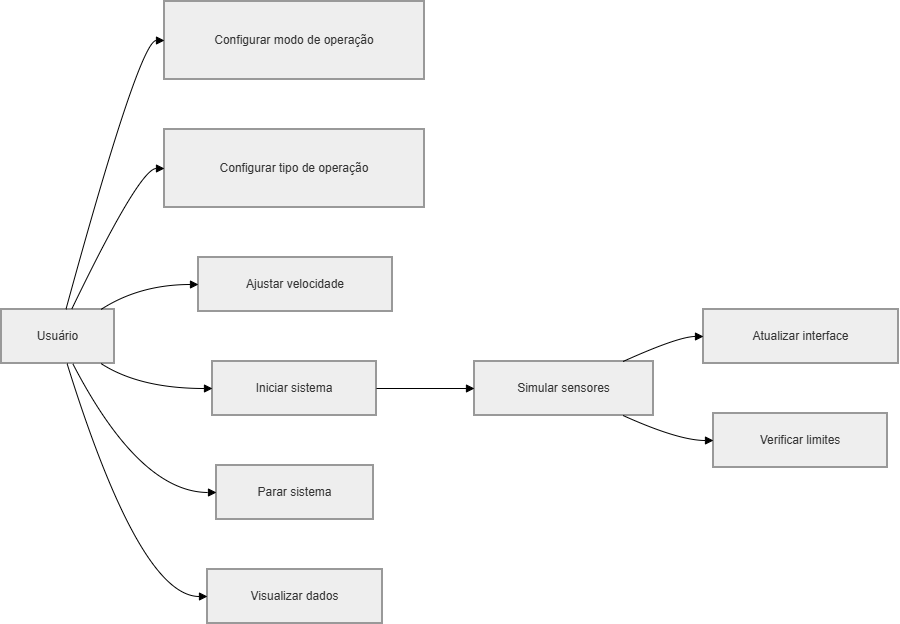
Above: docs/UML/Diagrama_Casos_Uso_R00.png in lorenzonia/project_POO_Lorenzoni (draw.io), before the change. Source tidied: cells renumbered, new cells last; positions are measured from the earlier drawing's top-left corner, leaving out a move shared by most shapes.
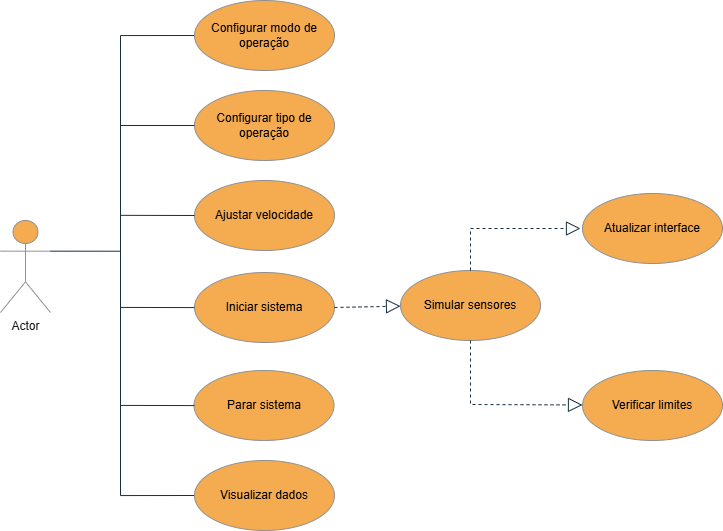
After the commit.

Diff of the diagram source:
```diff
@@ -1,95 +1,95 @@
-<mxGraphModel>
+<mxGraphModel background="#FFFFFF">
   <root>
     <mxCell id="0" />
     <mxCell id="1" parent="0" />
-    <mxCell id="2" value="Usuário" style="whiteSpace=wrap;strokeWidth=2;fillColor=light-dark(#eeeeee,#1f2020);strokeColor=light-dark(#999999,#cccccc);fontColor=light-dark(#333333,#cccccc);" parent="1" vertex="1">
-      <mxGeometry y="308" width="113" height="54" as="geometry" />
-    </mxCell>
+    <mxCell id="21" style="edgeStyle=orthogonalEdgeStyle;rounded=0;jettySize=auto;html=1;exitX=1;exitY=0.3333333333333333;exitDx=0;exitDy=0;exitPerimeter=0;entryX=0;entryY=0.5;entryDx=0;entryDy=0;strokeColor=#182E3E;fontColor=#1A1A1A;endArrow=none;endFill=0;" parent="1" edge="1" source="22" target="3">
+      <mxGeometry relative="1" as="geometry">
+        <Array as="points">
+          <mxPoint x="150" y="271" />
+          <mxPoint x="150" y="55" />
+        </Array>
+      </mxGeometry>
+    </mxCell>
+    <mxCell id="22" value="Actor" style="shape=umlActor;verticalLabelPosition=bottom;verticalAlign=top;html=1;strokeColor=#909090;fontColor=#1A1A1A;fillColor=#F5AB50;" parent="1" vertex="1">
+      <mxGeometry x="30" y="240" width="50" height="92" as="geometry" />
+    </mxCell>
-    <mxCell id="3" value="Configurar modo de operação" style="whiteSpace=wrap;strokeWidth=2;fillColor=light-dark(#eeeeee,#1f2020);strokeColor=light-dark(#999999,#cccccc);fontColor=light-dark(#333333,#cccccc);" parent="1" vertex="1">
-      <mxGeometry x="163" width="260" height="78" as="geometry" />
+    <mxCell id="3" value="&lt;span style=&quot;&quot;&gt;Configurar modo de operação&lt;/span&gt;" style="ellipse;whiteSpace=wrap;html=1;strokeColor=#909090;fontColor=#000000;fillColor=#F5AB50;" parent="1" vertex="1">
+      <mxGeometry x="224" y="20" width="140" height="70" as="geometry" />
     </mxCell>
-    <mxCell id="4" value="Configurar tipo de operação" style="whiteSpace=wrap;strokeWidth=2;fillColor=light-dark(#eeeeee,#1f2020);strokeColor=light-dark(#999999,#cccccc);fontColor=light-dark(#333333,#cccccc);" parent="1" vertex="1">
-      <mxGeometry x="163" y="128" width="260" height="78" as="geometry" />
+    <mxCell id="4" value="&lt;span style=&quot;&quot;&gt;Configurar tipo de operação&lt;/span&gt;" style="ellipse;whiteSpace=wrap;html=1;strokeColor=#909090;fontColor=#000000;fillColor=#F5AB50;" parent="1" vertex="1">
+      <mxGeometry x="224" y="110" width="140" height="70" as="geometry" />
     </mxCell>
-    <mxCell id="5" value="Ajustar velocidade" style="whiteSpace=wrap;strokeWidth=2;fillColor=light-dark(#eeeeee,#1f2020);strokeColor=light-dark(#999999,#cccccc);fontColor=light-dark(#333333,#cccccc);" parent="1" vertex="1">
-      <mxGeometry x="197" y="256" width="194" height="54" as="geometry" />
+    <mxCell id="5" value="&lt;span style=&quot;&quot;&gt;Ajustar velocidade&lt;/span&gt;" style="ellipse;whiteSpace=wrap;html=1;strokeColor=#909090;fontColor=#000000;fillColor=#F5AB50;" parent="1" vertex="1">
+      <mxGeometry x="224" y="200" width="140" height="70" as="geometry" />
     </mxCell>
+    <mxCell id="23" style="edgeStyle=orthogonalEdgeStyle;rounded=0;orthogonalLoop=1;jettySize=auto;html=1;strokeColor=#182E3E;fontColor=#1A1A1A;entryX=0;entryY=0.5;entryDx=0;entryDy=0;endArrow=none;endFill=0;" parent="1" edge="1">
+      <mxGeometry relative="1" as="geometry">
+        <mxPoint x="150" y="270" as="sourcePoint" />
+        <mxPoint x="223.5" y="515" as="targetPoint" />
+        <Array as="points">
+          <mxPoint x="150.5" y="515" />
+        </Array>
+      </mxGeometry>
+    </mxCell>
-    <mxCell id="6" value="Iniciar sistema" style="whiteSpace=wrap;strokeWidth=2;fillColor=light-dark(#eeeeee,#1f2020);strokeColor=light-dark(#999999,#cccccc);fontColor=light-dark(#333333,#cccccc);" parent="1" vertex="1">
-      <mxGeometry x="211" y="360" width="164" height="54" as="geometry" />
+    <mxCell id="6" value="&lt;span style=&quot;&quot;&gt;Iniciar sistema&lt;/span&gt;" style="ellipse;whiteSpace=wrap;html=1;strokeColor=#909090;fontColor=#000000;fillColor=#F5AB50;" parent="1" vertex="1">
+      <mxGeometry x="224" y="292" width="140" height="70" as="geometry" />
     </mxCell>
-    <mxCell id="7" value="Parar sistema" style="whiteSpace=wrap;strokeWidth=2;fillColor=light-dark(#eeeeee,#1f2020);strokeColor=light-dark(#999999,#cccccc);fontColor=light-dark(#333333,#cccccc);" parent="1" vertex="1">
-      <mxGeometry x="215" y="464" width="157" height="54" as="geometry" />
+    <mxCell id="7" value="&lt;span style=&quot;&quot;&gt;Parar sistema&lt;/span&gt;" style="ellipse;whiteSpace=wrap;html=1;strokeColor=#909090;fontColor=#000000;fillColor=#F5AB50;" parent="1" vertex="1">
+      <mxGeometry x="223.5" y="390" width="140" height="70" as="geometry" />
     </mxCell>
-    <mxCell id="8" value="Visualizar dados" style="whiteSpace=wrap;strokeWidth=2;fillColor=light-dark(#eeeeee,#1f2020);strokeColor=light-dark(#999999,#cccccc);fontColor=light-dark(#333333,#cccccc);" parent="1" vertex="1">
-      <mxGeometry x="206" y="568" width="175" height="54" as="geometry" />
+    <mxCell id="8" value="&lt;span style=&quot;&quot;&gt;Visualizar dados&lt;/span&gt;" style="ellipse;whiteSpace=wrap;html=1;strokeColor=#909090;fontColor=#000000;fillColor=#F5AB50;" parent="1" vertex="1">
+      <mxGeometry x="224" y="480" width="140" height="70" as="geometry" />
     </mxCell>
-    <mxCell id="9" value="Simular sensores" style="whiteSpace=wrap;strokeWidth=2;fillColor=light-dark(#eeeeee,#1f2020);strokeColor=light-dark(#999999,#cccccc);fontColor=light-dark(#333333,#cccccc);" parent="1" vertex="1">
-      <mxGeometry x="473" y="360" width="179" height="54" as="geometry" />
+    <mxCell id="9" value="&lt;span style=&quot;&quot;&gt;Simular sensores&lt;/span&gt;" style="ellipse;whiteSpace=wrap;html=1;strokeColor=#909090;fontColor=#000000;fillColor=#F5AB50;" parent="1" vertex="1">
+      <mxGeometry x="430" y="290" width="140" height="70" as="geometry" />
     </mxCell>
+    <mxCell id="11" value="&lt;span style=&quot;&quot;&gt;Verificar limites&lt;/span&gt;" style="ellipse;whiteSpace=wrap;html=1;strokeColor=#909090;fontColor=#000000;fillColor=#F5AB50;" parent="1" vertex="1">
+      <mxGeometry x="612" y="390" width="140" height="70" as="geometry" />
+    </mxCell>
-    <mxCell id="10" value="Atualizar interface" style="whiteSpace=wrap;strokeWidth=2;fillColor=light-dark(#eeeeee,#1f2020);strokeColor=light-dark(#999999,#cccccc);fontColor=light-dark(#333333,#cccccc);" parent="1" vertex="1">
-      <mxGeometry x="702" y="308" width="195" height="54" as="geometry" />
+    <mxCell id="10" value="&lt;span style=&quot;&quot;&gt;Atualizar interface&lt;/span&gt;" style="ellipse;whiteSpace=wrap;html=1;strokeColor=#909090;fontColor=#000000;fillColor=#F5AB50;" parent="1" vertex="1">
+      <mxGeometry x="612" y="213" width="140" height="70" as="geometry" />
     </mxCell>
-    <mxCell id="11" value="Verificar limites" style="whiteSpace=wrap;strokeWidth=2;fillColor=light-dark(#eeeeee,#1f2020);strokeColor=light-dark(#999999,#cccccc);fontColor=light-dark(#333333,#cccccc);" parent="1" vertex="1">
-      <mxGeometry x="712" y="412" width="174" height="54" as="geometry" />
-    </mxCell>
-    <mxCell id="12" style="curved=1;startArrow=none;endArrow=block;exitX=0.57;exitY=0;entryX=0;entryY=0.5;rounded=0;" parent="1" edge="1" source="2" target="3">
-      <mxGeometry relative="1" as="geometry">
-        <Array as="points">
-          <mxPoint x="138" y="39" />
-        </Array>
-      </mxGeometry>
-    </mxCell>
-    <mxCell id="13" style="curved=1;startArrow=none;endArrow=block;exitX=0.62;exitY=0;entryX=0;entryY=0.5;rounded=0;" parent="1" edge="1" source="2" target="4">
-      <mxGeometry relative="1" as="geometry">
-        <Array as="points">
-          <mxPoint x="138" y="167" />
-        </Array>
-      </mxGeometry>
-    </mxCell>
-    <mxCell id="14" style="curved=1;startArrow=none;endArrow=block;exitX=0.88;exitY=0;entryX=0;entryY=0.5;rounded=0;" parent="1" edge="1" source="2" target="5">
-      <mxGeometry relative="1" as="geometry">
-        <Array as="points">
-          <mxPoint x="138" y="283" />
-        </Array>
-      </mxGeometry>
-    </mxCell>
-    <mxCell id="15" style="curved=1;startArrow=none;endArrow=block;exitX=0.88;exitY=1;entryX=0;entryY=0.5;rounded=0;" parent="1" edge="1" source="2" target="6">
-      <mxGeometry relative="1" as="geometry">
-        <Array as="points">
-          <mxPoint x="138" y="387" />
-        </Array>
-      </mxGeometry>
-    </mxCell>
-    <mxCell id="16" style="curved=1;startArrow=none;endArrow=block;exitX=0.63;exitY=1;entryX=0;entryY=0.5;rounded=0;" parent="1" edge="1" source="2" target="7">
-      <mxGeometry relative="1" as="geometry">
-        <Array as="points">
-          <mxPoint x="138" y="491" />
-        </Array>
-      </mxGeometry>
-    </mxCell>
-    <mxCell id="17" style="curved=1;startArrow=none;endArrow=block;exitX=0.58;exitY=1;entryX=0;entryY=0.5;rounded=0;" parent="1" edge="1" source="2" target="8">
-      <mxGeometry relative="1" as="geometry">
-        <Array as="points">
-          <mxPoint x="138" y="595" />
-        </Array>
-      </mxGeometry>
-    </mxCell>
+    <mxCell id="24" style="endArrow=block;dashed=1;endFill=0;endSize=12;html=1;rounded=0;strokeColor=#182E3E;fontColor=#1A1A1A;exitX=0.5;exitY=0;exitDx=0;exitDy=0;" parent="1" edge="1" source="9">
+      <mxGeometry relative="1" as="geometry">
+        <mxPoint x="610" y="248" as="targetPoint" />
+        <Array as="points">
+          <mxPoint x="500" y="248" />
+        </Array>
+      </mxGeometry>
+    </mxCell>
+    <mxCell id="25" style="endArrow=block;dashed=1;endFill=0;endSize=12;html=1;rounded=0;strokeColor=#182E3E;fontColor=#1A1A1A;exitX=0.5;exitY=1;exitDx=0;exitDy=0;" parent="1" edge="1" source="9">
+      <mxGeometry relative="1" as="geometry">
+        <mxPoint x="612" y="424.5" as="targetPoint" />
+        <Array as="points">
+          <mxPoint x="500" y="424" />
+        </Array>
+      </mxGeometry>
+    </mxCell>
-    <mxCell id="18" style="curved=1;startArrow=none;endArrow=block;exitX=1;exitY=0.5;entryX=0;entryY=0.5;rounded=0;" parent="1" edge="1" source="6" target="9">
+    <mxCell id="18" style="endArrow=block;dashed=1;endFill=0;endSize=12;html=1;rounded=0;strokeColor=#182E3E;fontColor=#1A1A1A;exitX=1;exitY=0.5;exitDx=0;exitDy=0;" parent="1" edge="1" source="6" target="9">
       <mxGeometry relative="1" as="geometry" />
     </mxCell>
-    <mxCell id="19" style="curved=1;startArrow=none;endArrow=block;exitX=0.83;exitY=0;entryX=0;entryY=0.5;rounded=0;" parent="1" edge="1" source="9" target="10">
-      <mxGeometry relative="1" as="geometry">
-        <Array as="points">
-          <mxPoint x="677" y="335" />
-        </Array>
-      </mxGeometry>
-    </mxCell>
-    <mxCell id="20" style="curved=1;startArrow=none;endArrow=block;exitX=0.83;exitY=1;entryX=0;entryY=0.5;rounded=0;" parent="1" edge="1" source="9" target="11">
-      <mxGeometry relative="1" as="geometry">
-        <Array as="points">
-          <mxPoint x="677" y="439" />
-        </Array>
-      </mxGeometry>
-    </mxCell>
+    <mxCell id="26" style="endArrow=none;html=1;rounded=0;strokeColor=#182E3E;fontColor=#1A1A1A;exitX=0;exitY=0.5;exitDx=0;exitDy=0;" parent="1" edge="1">
+      <mxGeometry relative="1" as="geometry">
+        <mxPoint x="224" y="145" as="sourcePoint" />
+        <mxPoint x="150" y="145" as="targetPoint" />
+      </mxGeometry>
+    </mxCell>
+    <mxCell id="27" style="endArrow=none;html=1;rounded=0;strokeColor=#182E3E;fontColor=#1A1A1A;exitX=0;exitY=0.5;exitDx=0;exitDy=0;" parent="1" edge="1" source="5">
+      <mxGeometry relative="1" as="geometry">
+        <mxPoint x="150" y="234.8" as="targetPoint" />
+      </mxGeometry>
+    </mxCell>
+    <mxCell id="28" style="endArrow=none;html=1;rounded=0;strokeColor=#182E3E;fontColor=#1A1A1A;exitX=0;exitY=0.5;exitDx=0;exitDy=0;" parent="1" edge="1">
+      <mxGeometry relative="1" as="geometry">
+        <mxPoint x="224" y="327.1" as="sourcePoint" />
+        <mxPoint x="150" y="326.9" as="targetPoint" />
+      </mxGeometry>
+    </mxCell>
+    <mxCell id="29" style="endArrow=none;html=1;rounded=0;strokeColor=#182E3E;fontColor=#1A1A1A;exitX=0;exitY=0.5;exitDx=0;exitDy=0;" parent="1" edge="1">
+      <mxGeometry relative="1" as="geometry">
+        <mxPoint x="224" y="425.1" as="sourcePoint" />
+        <mxPoint x="150" y="424.9" as="targetPoint" />
+      </mxGeometry>
+    </mxCell>
   </root>
 </mxGraphModel>
```
